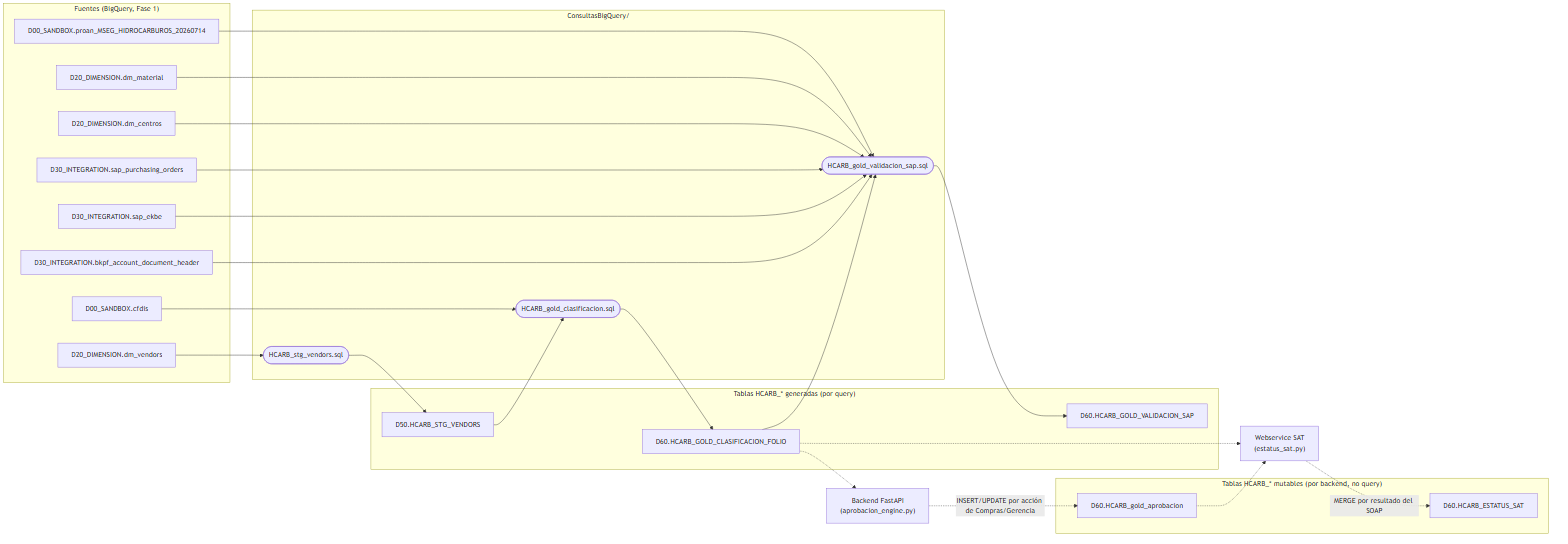
Before: ConsultasBigQuery/linaje-tablas.png, a diagram exported from Mermaid (quantrueSL/proan-hidrocarburos). Its source is kept beside it as ConsultasBigQuery/linaje-tablas.mmd.
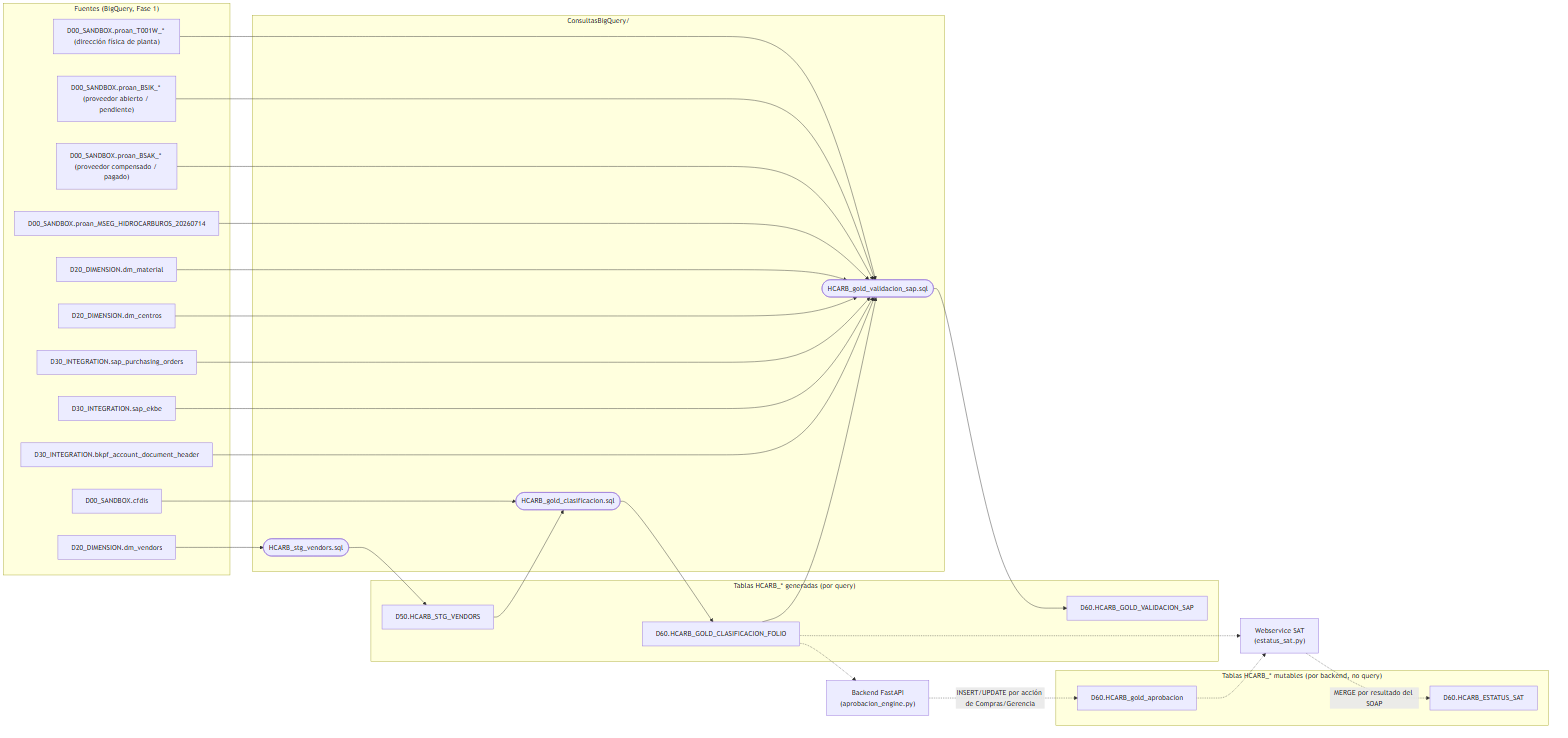
Later version of the same file.

Diff of the diagram source:
```diff
@@ -8,6 +8,9 @@
         centros["D20_DIMENSION.dm_centros"]
         material["D20_DIMENSION.dm_material"]
         mseg["D00_SANDBOX.proan_MSEG_HIDROCARBUROS_20260714"]
+        bsak["D00_SANDBOX.proan_BSAK_* (proveedor compensado / pagado)"]
+        bsik["D00_SANDBOX.proan_BSIK_* (proveedor abierto / pendiente)"]
+        t001w["D00_SANDBOX.proan_T001W_* (dirección física de planta)"]
     end
 
     subgraph Queries["ConsultasBigQuery/"]
@@ -44,6 +47,9 @@
     centros --> q3
     material --> q3
     mseg --> q3
+    bsak --> q3
+    bsik --> q3
+    t001w --> q3
     q3 --> gold_sap
 
     gold_folio -.-> backend
```
